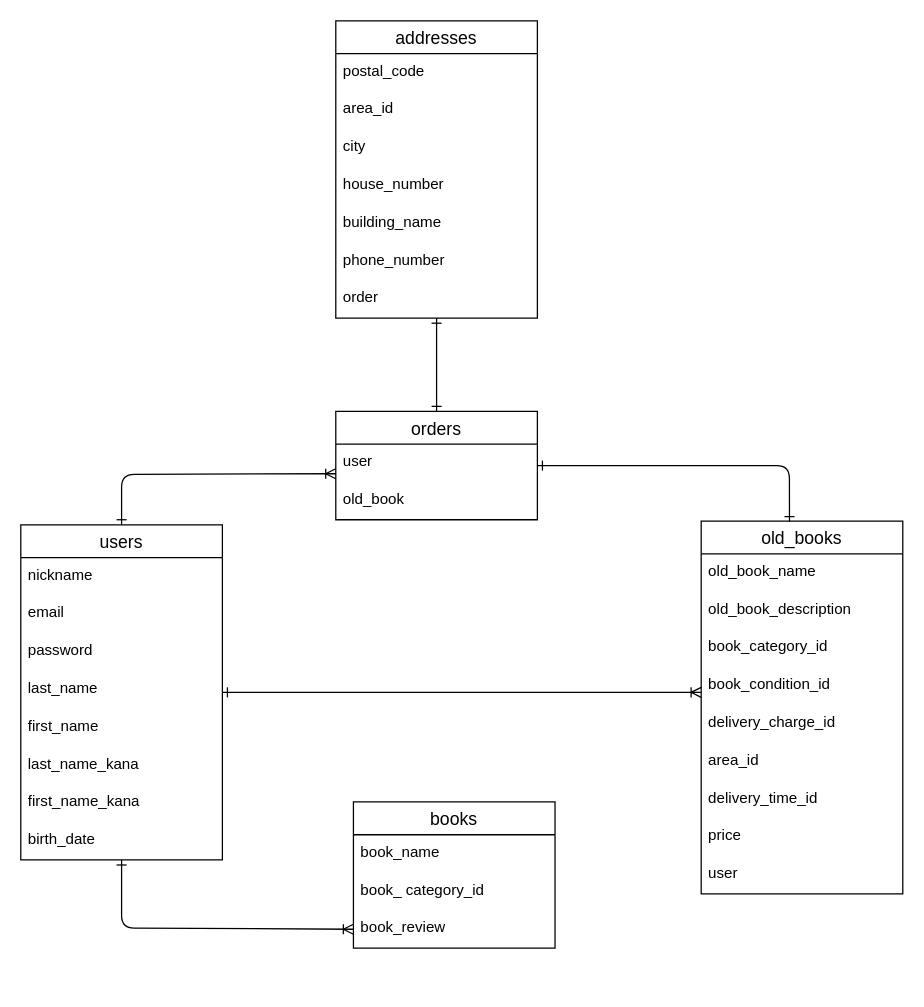
Above: bookdock.dio in hanother3/bookdock (draw.io), before the change. Source tidied: cells renumbered, new cells numbered last; positions are measured from the earlier drawing's top-left corner, leaving out a move shared by most shapes. Both pictures are drawn from the tidied source at 126%, with x=0, y=0 at pixel (20, 20).
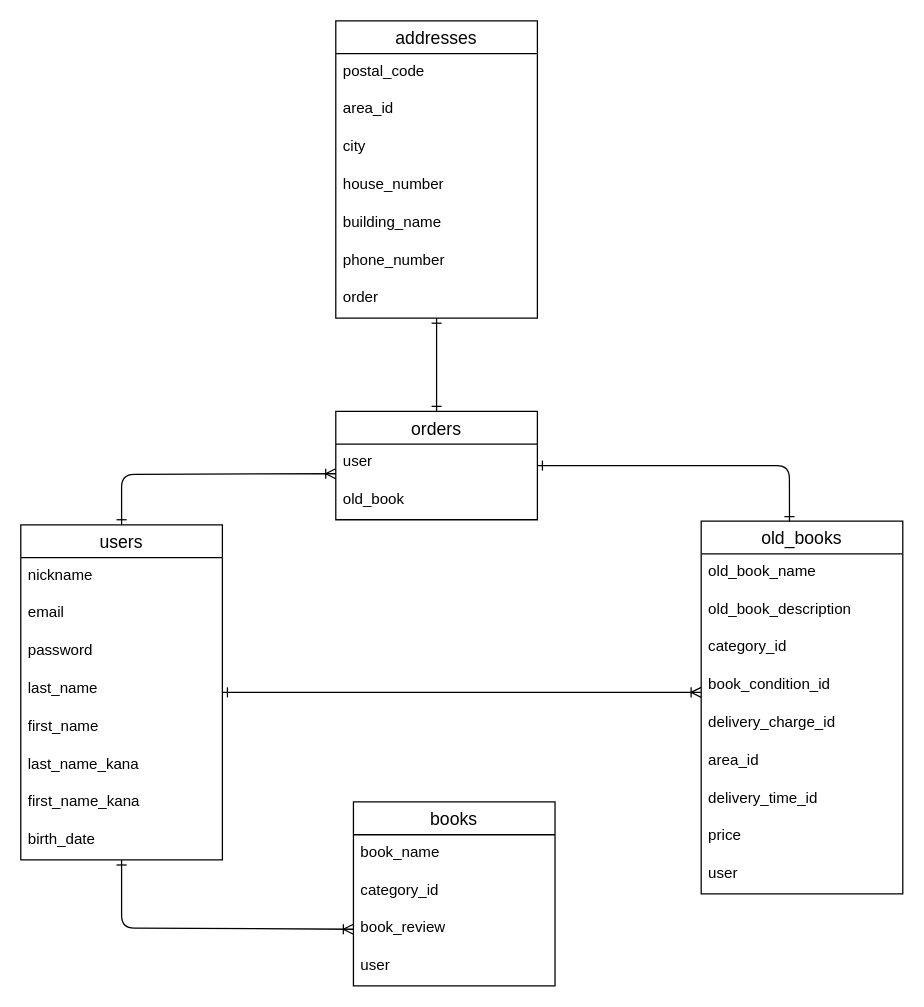
After the change.

Unchanged cells that the change refers to:
```xml
<mxCell id="18" value="old_books" style="swimlane;fontStyle=0;horizontal=1;startSize=26;align=center;fontSize=14;" parent="1" vertex="1">
  <mxGeometry x="540" y="397" width="160" height="296" as="geometry" />
</mxCell>
```

What changed in the source:
```diff
@@
     <mxCell id="2" value="books" style="swimlane;fontStyle=0;horizontal=1;startSize=26;align=center;fontSize=14;" parent="1" vertex="1">
-      <mxGeometry x="264" y="620" width="160" height="116" as="geometry" />
+      <mxGeometry x="264" y="620" width="160" height="146" as="geometry" />
     </mxCell>
@@
-    <mxCell id="4" value="book_ category_id" style="text;strokeColor=none;fillColor=none;spacingLeft=4;spacingRight=4;overflow=hidden;fontSize=12;" parent="2" vertex="1">
+    <mxCell id="4" value="category_id" style="text;strokeColor=none;fillColor=none;spacingLeft=4;spacingRight=4;overflow=hidden;fontSize=12;" parent="2" vertex="1">
       <mxGeometry y="56" width="160" height="30" as="geometry" />
     </mxCell>
@@
+    <mxCell id="41" value="user" style="text;strokeColor=none;fillColor=none;spacingLeft=4;spacingRight=4;overflow=hidden;fontSize=12;" parent="2" vertex="1">
+      <mxGeometry y="116" width="160" height="30" as="geometry" />
+    </mxCell>
@@
-    <mxCell id="21" value="book_category_id" style="text;strokeColor=none;fillColor=none;spacingLeft=4;spacingRight=4;overflow=hidden;fontSize=12;" parent="18" vertex="1">
+    <mxCell id="21" value="category_id" style="text;strokeColor=none;fillColor=none;spacingLeft=4;spacingRight=4;overflow=hidden;fontSize=12;" parent="18" vertex="1">
       <mxGeometry y="86" width="160" height="30" as="geometry" />
     </mxCell>
```
